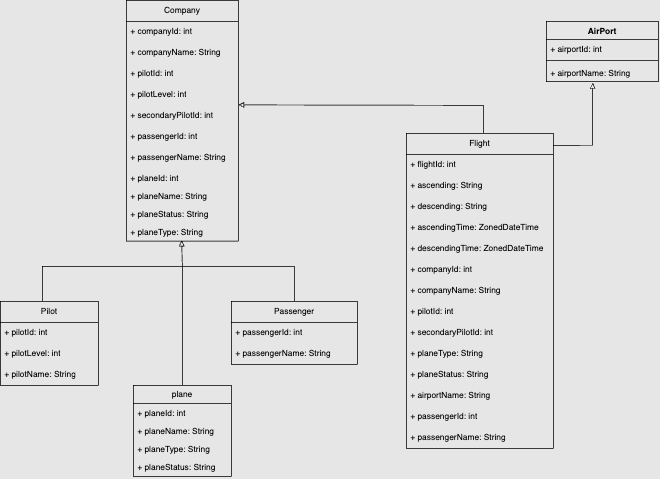
Earlier version of the draw.io export FlightManagement.drawio.png (Gundogduu/javaIntro2022). Source tidied: cells renumbered, new cells last; positions are measured from the earlier drawing's top-left corner, leaving out a move shared by most shapes.
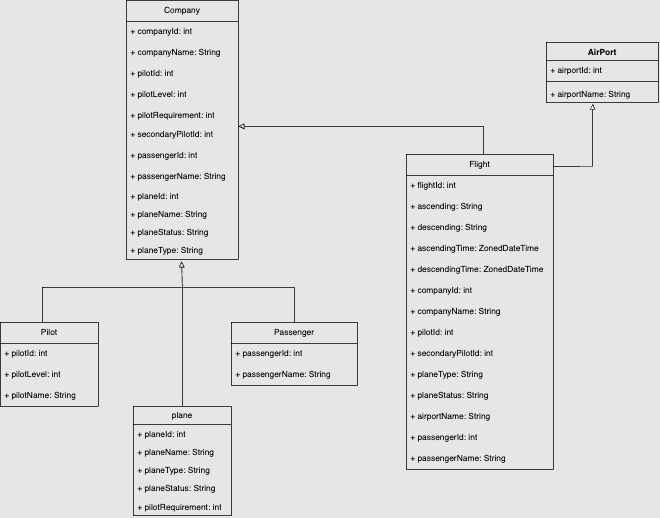
Above is the later version.

The edit, as a diff of the source:
```diff
@@ -48,7 +48,7 @@
       <mxGeometry y="420" width="210" height="30" as="geometry" />
     </mxCell>
     <mxCell id="17" value="Company" style="swimlane;fontStyle=0;horizontal=1;startSize=30;whiteSpace=wrap;html=1;fillColor=none;" parent="1" vertex="1">
-      <mxGeometry x="180" width="160" height="344" as="geometry" />
+      <mxGeometry x="180" y="-30" width="160" height="370" as="geometry" />
     </mxCell>
     <mxCell id="18" value="+ companyId: int" style="text;strokeColor=none;fillColor=none;align=left;verticalAlign=middle;spacingLeft=4;spacingRight=4;overflow=hidden;whiteSpace=wrap;html=1;" parent="17" vertex="1">
       <mxGeometry y="30" width="160" height="30" as="geometry" />
@@ -62,26 +62,29 @@
     <mxCell id="21" value="+ pilotLevel: int" style="text;strokeColor=none;fillColor=none;align=left;verticalAlign=middle;spacingLeft=4;spacingRight=4;overflow=hidden;whiteSpace=wrap;html=1;" parent="17" vertex="1">
       <mxGeometry y="120" width="160" height="30" as="geometry" />
     </mxCell>
+    <mxCell id="51" value="+ pilotRequirement: int" style="text;strokeColor=none;fillColor=none;align=left;verticalAlign=top;spacingLeft=4;spacingRight=4;overflow=hidden;whiteSpace=wrap;html=1;" parent="17" vertex="1">
+      <mxGeometry y="150" width="160" height="26" as="geometry" />
+    </mxCell>
     <mxCell id="22" value="+ secondaryPilotId: int" style="text;strokeColor=none;fillColor=none;align=left;verticalAlign=middle;spacingLeft=4;spacingRight=4;overflow=hidden;points=[[0,0.5],[1,0.5]];portConstraint=eastwest;whiteSpace=wrap;html=1;" parent="17" vertex="1">
-      <mxGeometry y="150" width="160" height="30" as="geometry" />
+      <mxGeometry y="176" width="160" height="30" as="geometry" />
     </mxCell>
     <mxCell id="23" value="+ passengerId: int" style="text;strokeColor=none;fillColor=none;align=left;verticalAlign=middle;spacingLeft=4;spacingRight=4;overflow=hidden;whiteSpace=wrap;html=1;" parent="17" vertex="1">
-      <mxGeometry y="180" width="160" height="30" as="geometry" />
+      <mxGeometry y="206" width="160" height="30" as="geometry" />
     </mxCell>
     <mxCell id="24" value="+ passengerName: String" style="text;strokeColor=none;fillColor=none;align=left;verticalAlign=middle;spacingLeft=4;spacingRight=4;overflow=hidden;whiteSpace=wrap;html=1;" parent="17" vertex="1">
-      <mxGeometry y="210" width="160" height="30" as="geometry" />
+      <mxGeometry y="236" width="160" height="30" as="geometry" />
     </mxCell>
     <mxCell id="25" value="+ planeId: int" style="text;strokeColor=none;fillColor=none;align=left;verticalAlign=top;spacingLeft=4;spacingRight=4;overflow=hidden;whiteSpace=wrap;html=1;" parent="17" vertex="1">
-      <mxGeometry y="240" width="160" height="26" as="geometry" />
+      <mxGeometry y="266" width="160" height="26" as="geometry" />
     </mxCell>
     <mxCell id="26" value="+ planeName: String" style="text;strokeColor=none;fillColor=none;align=left;verticalAlign=top;spacingLeft=4;spacingRight=4;overflow=hidden;whiteSpace=wrap;html=1;" parent="17" vertex="1">
-      <mxGeometry y="266" width="160" height="26" as="geometry" />
+      <mxGeometry y="292" width="160" height="26" as="geometry" />
     </mxCell>
     <mxCell id="27" value="+ planeStatus: String" style="text;strokeColor=none;fillColor=none;align=left;verticalAlign=top;spacingLeft=4;spacingRight=4;overflow=hidden;whiteSpace=wrap;html=1;" parent="17" vertex="1">
-      <mxGeometry y="292" width="160" height="26" as="geometry" />
+      <mxGeometry y="318" width="160" height="26" as="geometry" />
     </mxCell>
     <mxCell id="28" value="+ planeType: String" style="text;strokeColor=none;fillColor=none;align=left;verticalAlign=top;spacingLeft=4;spacingRight=4;overflow=hidden;whiteSpace=wrap;html=1;" parent="17" vertex="1">
-      <mxGeometry y="318" width="160" height="26" as="geometry" />
+      <mxGeometry y="344" width="160" height="26" as="geometry" />
     </mxCell>
     <mxCell id="29" value="Pilot" style="swimlane;fontStyle=0;horizontal=1;startSize=30;whiteSpace=wrap;html=1;fillColor=none;" parent="1" vertex="1">
       <mxGeometry y="430" width="140" height="120" as="geometry" />
@@ -127,7 +130,7 @@
       </mxGeometry>
     </mxCell>
     <mxCell id="39" value="plane" style="swimlane;fontStyle=0;horizontal=1;startSize=26;fillColor=none;whiteSpace=wrap;html=1;" parent="1" vertex="1">
-      <mxGeometry x="190" y="550" width="140" height="130" as="geometry" />
+      <mxGeometry x="190" y="550" width="140" height="156" as="geometry" />
     </mxCell>
     <mxCell id="40" value="+ planeId: int" style="text;strokeColor=none;fillColor=none;align=left;verticalAlign=top;spacingLeft=4;spacingRight=4;overflow=hidden;whiteSpace=wrap;html=1;" parent="39" vertex="1">
       <mxGeometry y="26" width="140" height="26" as="geometry" />
@@ -141,13 +144,17 @@
     <mxCell id="43" value="+ planeStatus: String" style="text;strokeColor=none;fillColor=none;align=left;verticalAlign=top;spacingLeft=4;spacingRight=4;overflow=hidden;whiteSpace=wrap;html=1;" parent="39" vertex="1">
       <mxGeometry y="104" width="140" height="26" as="geometry" />
     </mxCell>
+    <mxCell id="52" value="+ pilotRequirement: int" style="text;strokeColor=none;fillColor=none;align=left;verticalAlign=top;spacingLeft=4;spacingRight=4;overflow=hidden;whiteSpace=wrap;html=1;" parent="39" vertex="1">
+      <mxGeometry y="130" width="140" height="26" as="geometry" />
+    </mxCell>
     <mxCell id="44" style="edgeStyle=none;jettySize=auto;html=1;rounded=0;exitX=0.5;exitY=0;exitDx=0;exitDy=0;endArrow=none;startFill=0;" parent="1" edge="1" source="39">
       <mxGeometry relative="1" as="geometry">
         <mxPoint x="260" y="380" as="targetPoint" />
       </mxGeometry>
     </mxCell>
-    <mxCell id="45" style="edgeStyle=none;jettySize=auto;html=1;rounded=0;exitX=0.999;exitY=-0.021;exitDx=0;exitDy=0;exitPerimeter=0;endArrow=none;startFill=0;startArrow=block;entryX=0.524;entryY=0;entryDx=0;entryDy=0;entryPerimeter=0;" parent="1" edge="1" source="22" target="2">
+    <mxCell id="45" style="edgeStyle=none;jettySize=auto;html=1;rounded=0;endArrow=none;startFill=0;startArrow=block;entryX=0.524;entryY=0;entryDx=0;entryDy=0;entryPerimeter=0;" parent="1" edge="1" target="2">
       <mxGeometry relative="1" as="geometry">
+        <mxPoint x="340" y="150" as="sourcePoint" />
         <Array as="points">
           <mxPoint x="690" y="150" />
         </Array>
```
